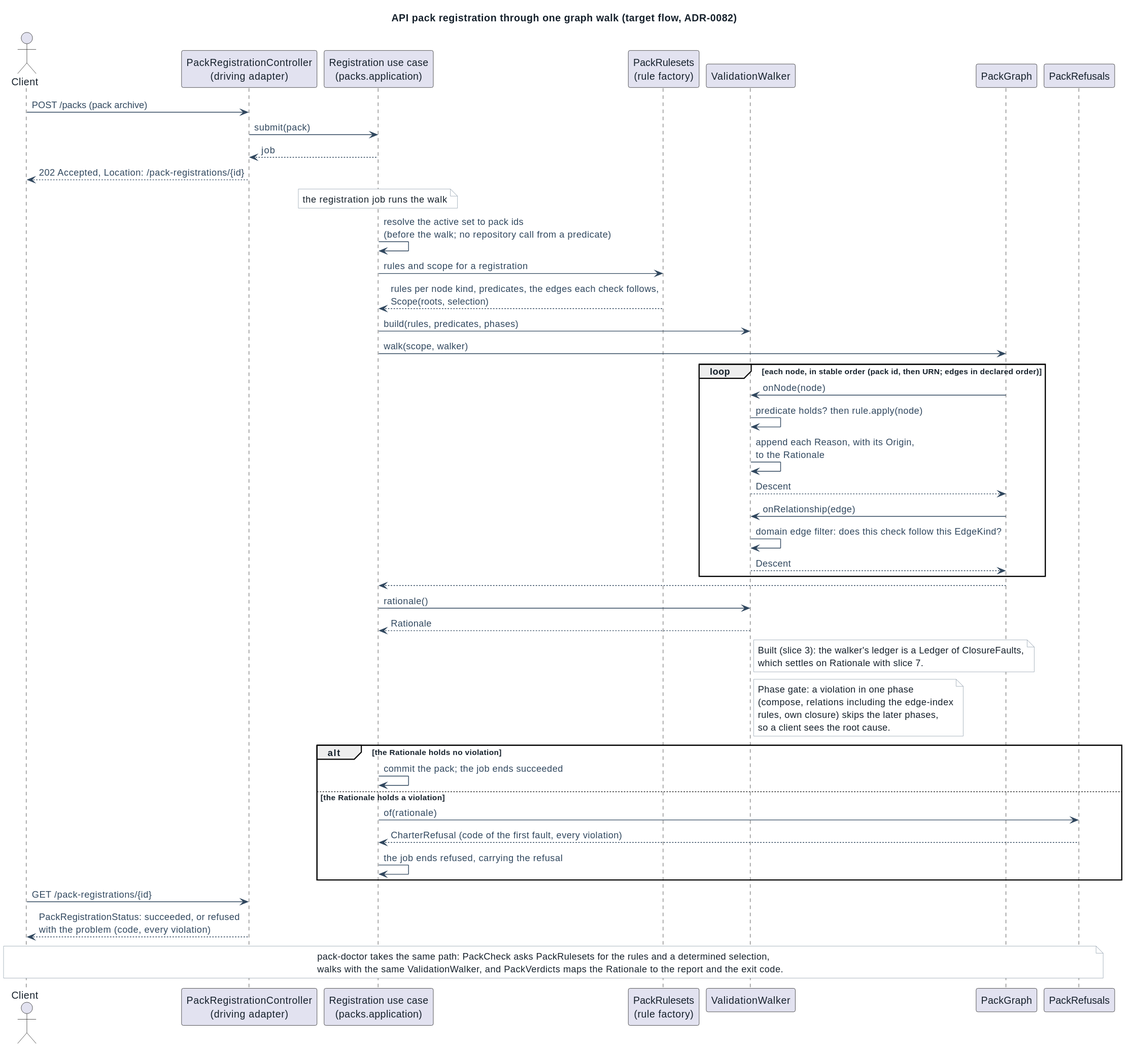
Before: docs/architecture/diagrams/graph-walk-sequence.svg, a diagram exported from PlantUML (spec-kitty/spec-kitty-charter). The source it was exported from:
```plantuml
@startuml
!include _style.iuml
title API pack registration through one graph walk (target flow, ADR-0082)

actor Client
participant "PackRegistrationController\n(driving adapter)" as API
participant "Registration use case\n(packs.application)" as App
participant "PackRulesets\n(rule factory)" as Factory
participant "ValidationWalker" as Walker
participant "PackGraph" as Graph
participant "PackRefusals" as Refusals

Client -> API : POST /packs (pack archive)
API -> App : submit(pack)
App --> API : job
API --> Client : 202 Accepted, Location: /pack-registrations/{id}
note over App : the registration job runs the walk
App -> App : resolve the active set to pack ids\n(before the walk; no repository call from a predicate)
App -> Factory : rules and scope for a registration
Factory --> App : rules per node kind, predicates, the edges each check follows,\nScope(roots, selection)
App -> Walker : build(rules, predicates, phases)
App -> Graph : walk(scope, walker)
loop each node, in stable order (pack id, then URN; edges in declared order)
  Graph -> Walker : onNode(node)
  Walker -> Walker : predicate holds? then rule.apply(node)
  Walker -> Walker : append each Reason, with its Origin,\nto the Rationale
  Walker --> Graph : Descent
  Graph -> Walker : onRelationship(edge)
  Walker -> Walker : domain edge filter: does this check follow this EdgeKind?
  Walker --> Graph : Descent
end
Graph --> App
App -> Walker : rationale()
Walker --> App : Rationale
note right of Walker
  Built (slice 3): the walker's ledger is a Ledger of ClosureFaults,
  which settles on Rationale with slice 7.
end note
note right of Walker
  Phase gate: a violation in one phase
  (compose, relations including the edge-index
  rules, own closure) skips the later phases,
  so a client sees the root cause.
end note

alt the Rationale holds no violation
  App -> App : commit the pack; the job ends succeeded
else the Rationale holds a violation
  App -> Refusals : of(rationale)
  Refusals --> App : CharterRefusal (code of the first fault, every violation)
  App -> App : the job ends refused, carrying the refusal
end
Client -> API : GET /pack-registrations/{id}
API --> Client : PackRegistrationStatus: succeeded, or refused\nwith the problem (code, every violation)

note over Client, Refusals
  pack-doctor takes the same path: PackCheck asks PackRulesets for the rules and a determined selection,
  walks with the same ValidationWalker, and PackVerdicts maps the Rationale to the report and the exit code.
end note
@enduml
```
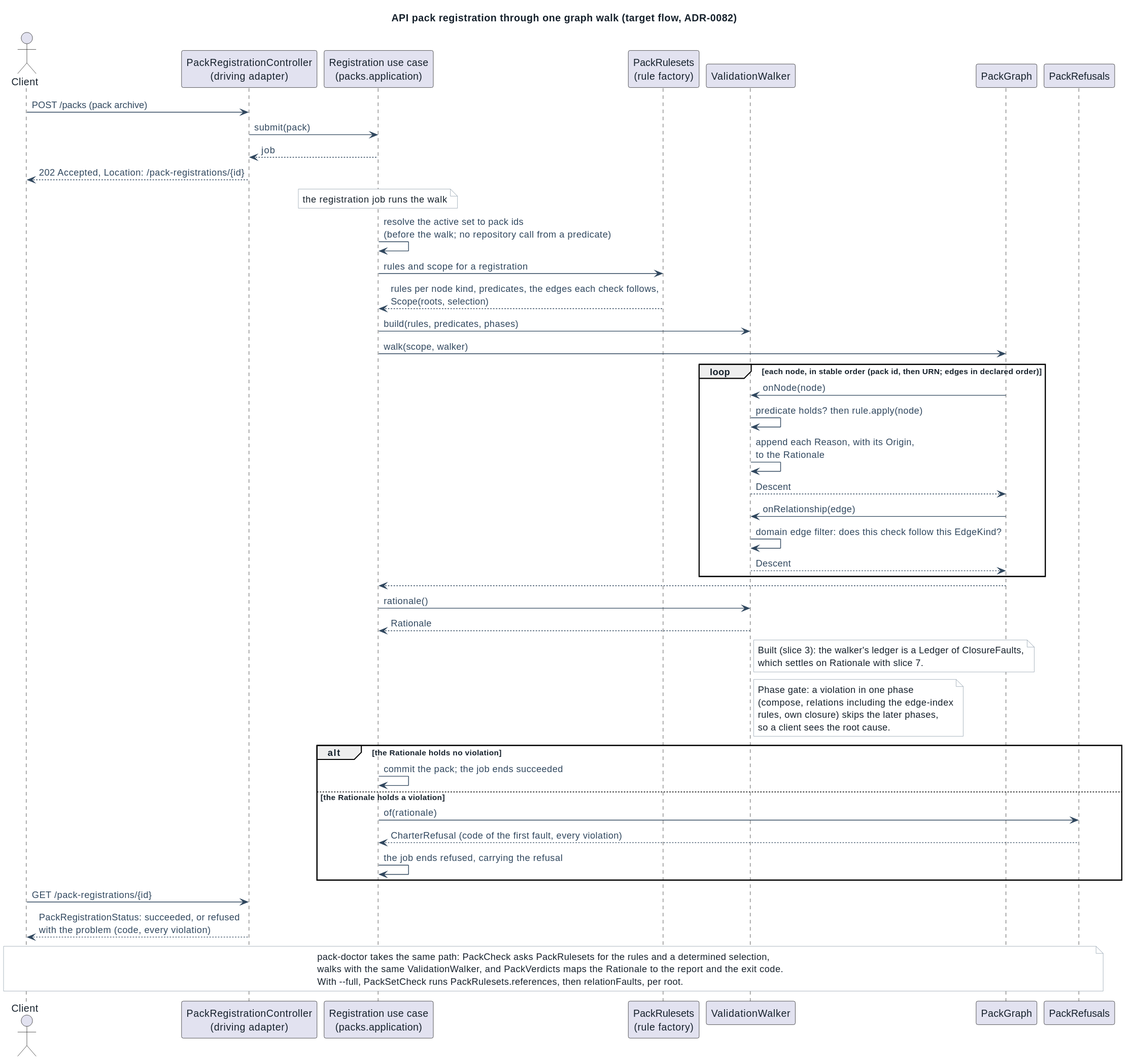
Above is the later version.

Commit message:
docs: pack-doctor --full judges the relations: the guide, the changelog, the diagrams and ADR-0075/0083's amendments (#632)

What changed in the source:
```diff
@@ -56,5 +56,6 @@
 note over Client, Refusals
   pack-doctor takes the same path: PackCheck asks PackRulesets for the rules and a determined selection,
   walks with the same ValidationWalker, and PackVerdicts maps the Rationale to the report and the exit code.
+  With --full, PackSetCheck runs PackRulesets.references, then relationFaults, per root.
 end note
 @enduml
```
